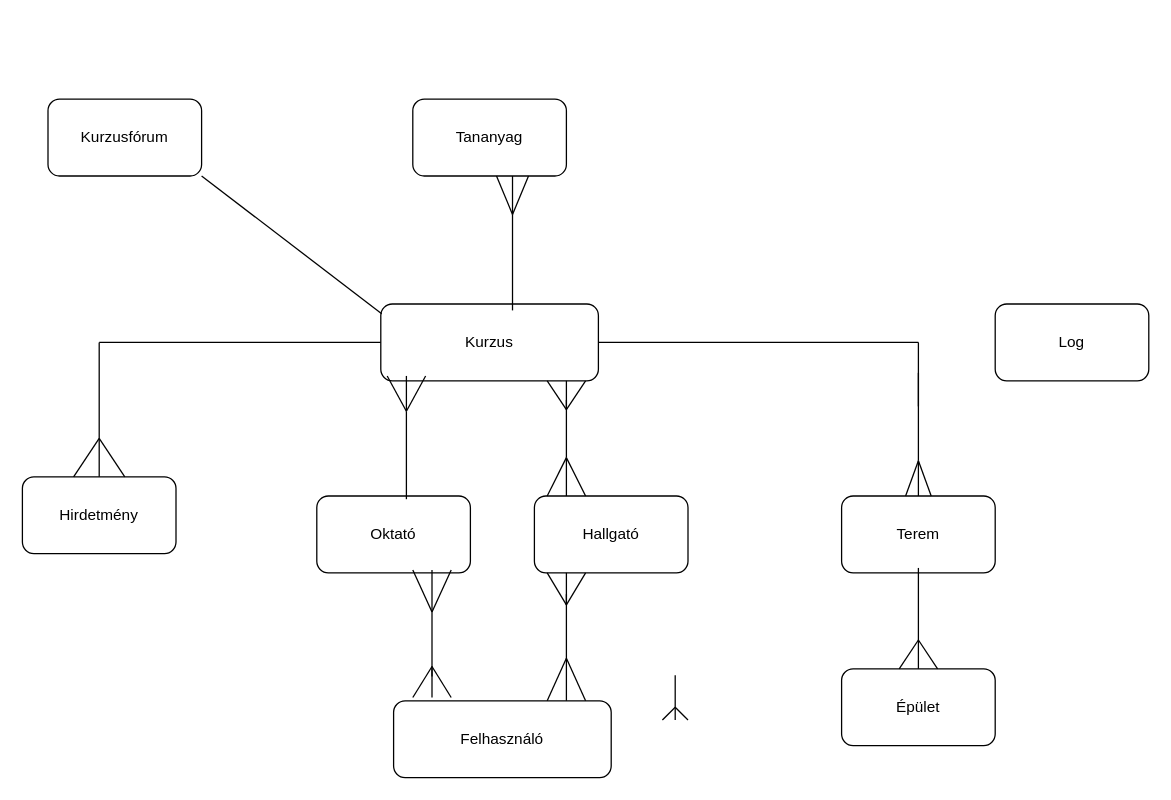
This is docs/E-K/E-K Diagram.drawio from HajagosNorbert/SZTE-adatb-alapu-rendszerek, a draw.io file, before an edit. Source tidied: cells renumbered, new cells numbered last; positions are measured from the earlier drawing's top-left corner, leaving out a move shared by most shapes. Both pictures are drawn from the tidied source at 128%, with x=0, y=0 at pixel (22, 22).
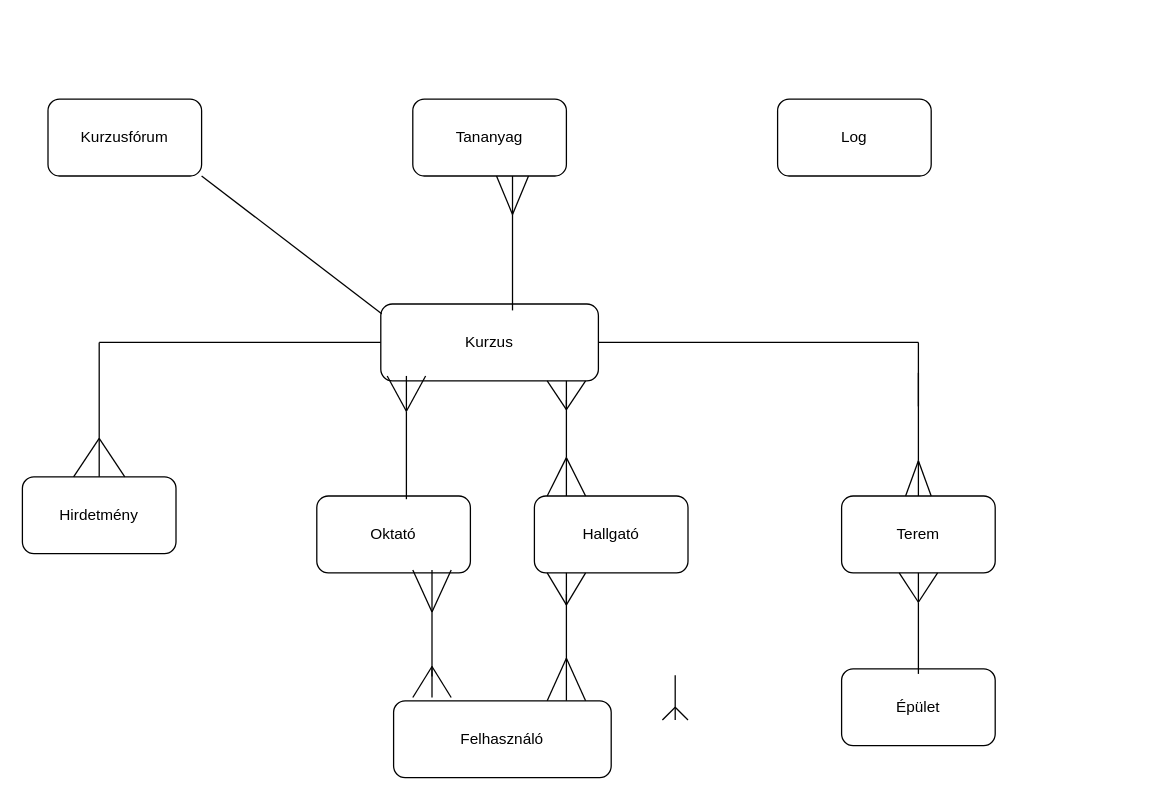
The same diagram, later.

Commit message (it also covers changes not shown here):
EK-ban egyik kapcsolat fixelése és kezdeti ETK feltöltése

What changed in the source:
```diff
@@
-    <mxCell id="49" style="group;" parent="1" vertex="1">
-      <mxGeometry x="685" y="460" width="30" height="45" as="geometry" />
+    <mxCell id="49" style="group;rotation=-180;" parent="1" vertex="1">
+      <mxGeometry x="685" y="430" width="30" height="45" as="geometry" />
     </mxCell>
     <mxCell id="50" style="endArrow=none;html=1;rounded=0;" parent="49" edge="1">
       <mxGeometry relative="1" as="geometry">
-        <mxPoint x="30" y="45" as="sourcePoint" />
-        <mxPoint x="15" y="22.5" as="targetPoint" />
+        <mxPoint as="sourcePoint" />
+        <mxPoint x="15" y="23" as="targetPoint" />
       </mxGeometry>
     </mxCell>
     <mxCell id="51" style="endArrow=none;html=1;rounded=0;" parent="49" edge="1">
       <mxGeometry relative="1" as="geometry">
-        <mxPoint x="15" y="45" as="sourcePoint" />
-        <mxPoint x="15" y="22.5" as="targetPoint" />
+        <mxPoint x="15" as="sourcePoint" />
+        <mxPoint x="15" y="23" as="targetPoint" />
       </mxGeometry>
     </mxCell>
     <mxCell id="52" style="endArrow=none;html=1;rounded=0;" parent="49" edge="1">
       <mxGeometry relative="1" as="geometry">
-        <mxPoint y="45" as="sourcePoint" />
-        <mxPoint x="15" y="22.5" as="targetPoint" />
+        <mxPoint x="30" as="sourcePoint" />
+        <mxPoint x="15" y="23" as="targetPoint" />
       </mxGeometry>
     </mxCell>
     <mxCell id="53" style="endArrow=none;html=1;rounded=0;" parent="49" edge="1">
       <mxGeometry relative="1" as="geometry">
-        <mxPoint x="15" y="-33.8" as="sourcePoint" />
-        <mxPoint x="15" y="22.5" as="targetPoint" />
+        <mxPoint x="15" y="79" as="sourcePoint" />
+        <mxPoint x="15" y="23" as="targetPoint" />
         <Array as="points">
-          <mxPoint x="15" />
+          <mxPoint x="15" y="45" />
         </Array>
       </mxGeometry>
     </mxCell>
     <mxCell id="54" value="Log" style="rounded=1;whiteSpace=wrap;html=1;" parent="1" vertex="1">
-      <mxGeometry x="760" y="220" width="120" height="60" as="geometry" />
+      <mxGeometry x="590" y="60" width="120" height="60" as="geometry" />
     </mxCell>
```
